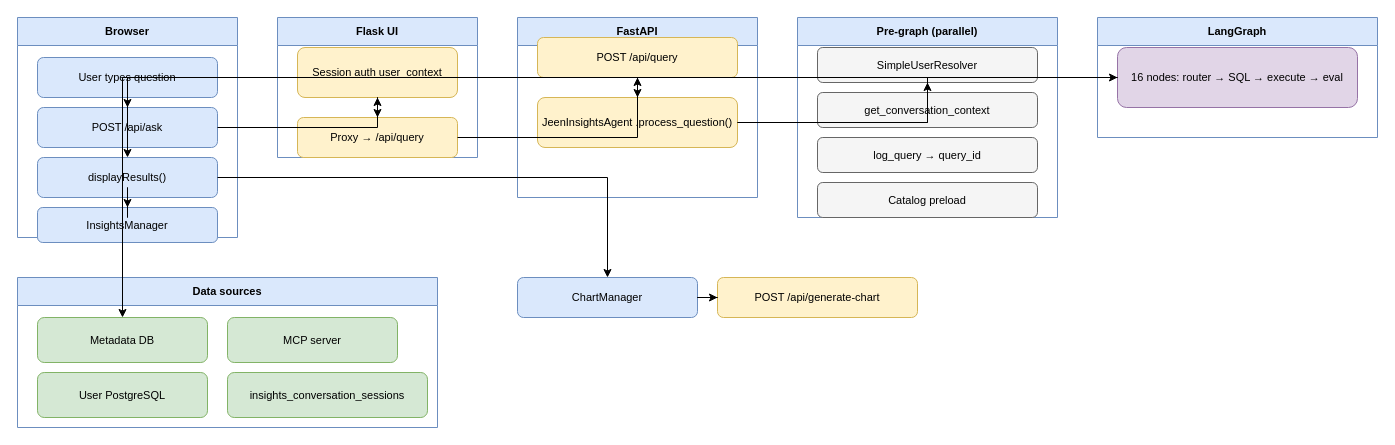
Above: page "1 - End-to-end overview" (1 of 9) of docs/question-to-answer-flow.drawio in vertigo15/jeen-insight (draw.io), before the change. Source tidied: cells renumbered, new cells numbered last; positions are measured from the earlier drawing's top-left corner, leaving out a move shared by most shapes. Both pictures are drawn from the tidied source at 100%, with x=0, y=0 at pixel (17, 17).
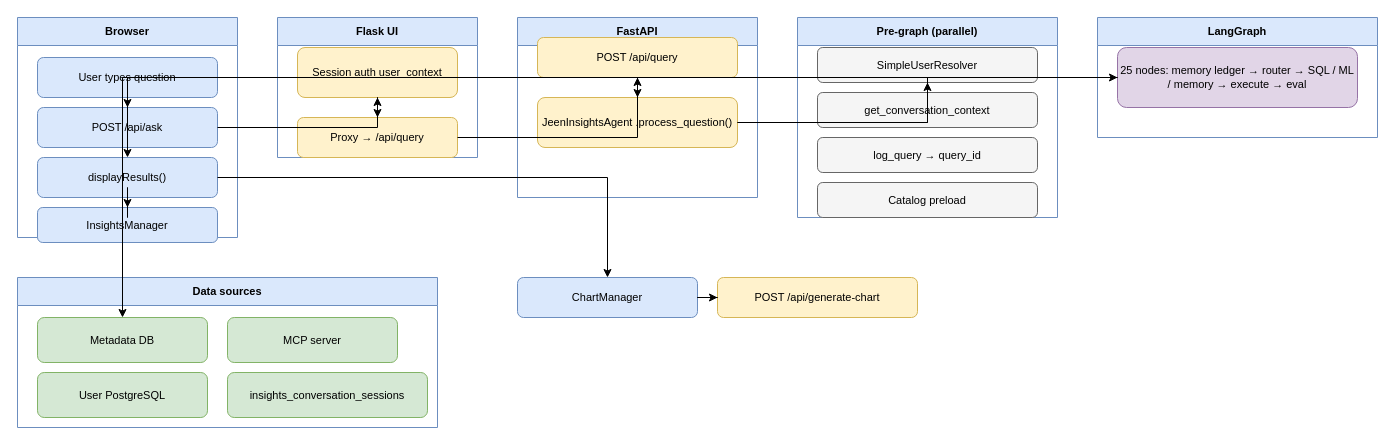
The same diagram, later.

Diff of the diagram source:
```diff
@@
-    <mxCell id="20" value="16 nodes: router → SQL → execute → eval" style="rounded=1;whiteSpace=wrap;html=1;fillColor=#e1d5e7;strokeColor=#9673a6;fontSize=11;" parent="1" vertex="1">
+    <mxCell id="20" value="25 nodes: memory ledger → router → SQL / ML / memory → execute → eval" style="rounded=1;whiteSpace=wrap;html=1;fillColor=#e1d5e7;strokeColor=#9673a6;fontSize=11;" parent="1" vertex="1">
       <mxGeometry x="1100" y="30" width="240" height="60" as="geometry" />
     </mxCell>
```
